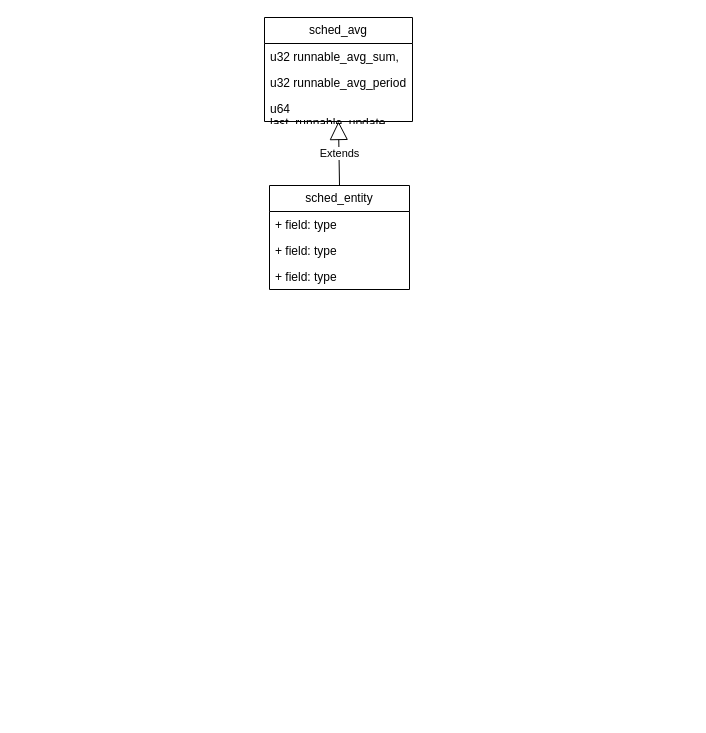
The draw.io diagram pelt.drawio in jasonactions/graph, before the edit. Source tidied: cells renumbered, new cells numbered last; positions are measured from the earlier drawing's top-left corner, leaving out a move shared by most shapes. Both pictures are drawn from the tidied source at 100%, with x=0, y=0 at pixel (264, 17).
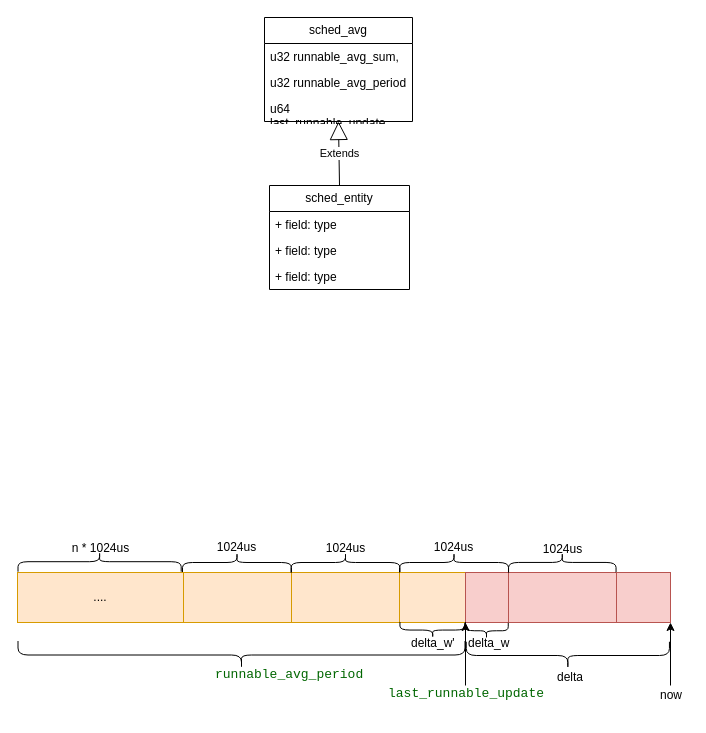
Above is the later version.

What changed in the source:
```diff
@@
+    <mxCell id="11" style="rounded=0;whiteSpace=wrap;html=1;fillColor=#ffe6cc;strokeColor=#d79b00;" parent="1" vertex="1">
+      <mxGeometry x="-81" y="555" width="108" height="50" as="geometry" />
+    </mxCell>
+    <mxCell id="12" style="rounded=0;whiteSpace=wrap;html=1;fillColor=#ffe6cc;strokeColor=#d79b00;" parent="1" vertex="1">
+      <mxGeometry x="27" y="555" width="108" height="50" as="geometry" />
+    </mxCell>
+    <mxCell id="13" style="shape=curlyBracket;whiteSpace=wrap;html=1;rounded=1;flipH=1;labelPosition=right;verticalLabelPosition=middle;align=left;verticalAlign=middle;rotation=-90;" parent="1" vertex="1">
+      <mxGeometry x="-37.5" y="490.5" width="20" height="109" as="geometry" />
+    </mxCell>
+    <mxCell id="14" style="shape=curlyBracket;whiteSpace=wrap;html=1;rounded=1;flipH=1;labelPosition=right;verticalLabelPosition=middle;align=left;verticalAlign=middle;rotation=-90;" parent="1" vertex="1">
+      <mxGeometry x="71" y="490.5" width="20" height="109" as="geometry" />
+    </mxCell>
+    <mxCell id="15" value="1024us" style="text;html=1;align=center;verticalAlign=middle;strokeColor=none;fillColor=none;" parent="1" vertex="1">
+      <mxGeometry x="-57" y="517" width="57" height="26" as="geometry" />
+    </mxCell>
+    <mxCell id="16" value="1024us" style="text;html=1;align=center;verticalAlign=middle;strokeColor=none;fillColor=none;" parent="1" vertex="1">
+      <mxGeometry x="52.5" y="518" width="57" height="26" as="geometry" />
+    </mxCell>
+    <mxCell id="17" style="rounded=0;whiteSpace=wrap;html=1;fillColor=#ffe6cc;strokeColor=#d79b00;" parent="1" vertex="1">
+      <mxGeometry x="135" y="555" width="66" height="50" as="geometry" />
+    </mxCell>
+    <mxCell id="18" style="rounded=0;whiteSpace=wrap;html=1;fillColor=#f8cecc;strokeColor=#b85450;" parent="1" vertex="1">
+      <mxGeometry x="244" y="555" width="108" height="50" as="geometry" />
+    </mxCell>
+    <mxCell id="19" style="rounded=0;whiteSpace=wrap;html=1;fillColor=#f8cecc;strokeColor=#b85450;" parent="1" vertex="1">
+      <mxGeometry x="201" y="555" width="43" height="50" as="geometry" />
+    </mxCell>
+    <mxCell id="20" style="shape=curlyBracket;whiteSpace=wrap;html=1;rounded=1;flipH=1;labelPosition=right;verticalLabelPosition=middle;align=left;verticalAlign=middle;rotation=-90;" parent="1" vertex="1">
+      <mxGeometry x="179.5" y="490.5" width="20" height="109" as="geometry" />
+    </mxCell>
+    <mxCell id="21" value="1024us" style="text;html=1;align=center;verticalAlign=middle;strokeColor=none;fillColor=none;" parent="1" vertex="1">
+      <mxGeometry x="160" y="517" width="57" height="26" as="geometry" />
+    </mxCell>
+    <mxCell id="22" style="shape=curlyBracket;whiteSpace=wrap;html=1;rounded=1;flipH=1;labelPosition=right;verticalLabelPosition=middle;align=left;verticalAlign=middle;rotation=-90;" parent="1" vertex="1">
+      <mxGeometry x="287.8" y="491.2" width="20" height="107.5" as="geometry" />
+    </mxCell>
+    <mxCell id="23" value="1024us" style="text;html=1;align=center;verticalAlign=middle;strokeColor=none;fillColor=none;" parent="1" vertex="1">
+      <mxGeometry x="269" y="519" width="57" height="26" as="geometry" />
+    </mxCell>
+    <mxCell id="24" style="rounded=0;whiteSpace=wrap;html=1;fillColor=#f8cecc;strokeColor=#b85450;" parent="1" vertex="1">
+      <mxGeometry x="352" y="555" width="54" height="50" as="geometry" />
+    </mxCell>
+    <mxCell id="25" style="endArrow=classic;html=1;rounded=0;entryX=1;entryY=1;entryDx=0;entryDy=0;" parent="1" edge="1" target="17">
+      <mxGeometry relative="1" as="geometry">
+        <mxPoint x="201" y="668" as="sourcePoint" />
+      </mxGeometry>
+    </mxCell>
+    <mxCell id="26" value="&lt;pre id=&quot;b&quot; style=&quot;font-size: 13px; font-family: monospace; background: rgb(255, 255, 255); color: rgb(0, 0, 51); white-space: pre-wrap; font-style: normal; font-variant-ligatures: normal; font-variant-caps: normal; font-weight: 400; letter-spacing: normal; orphans: 2; text-align: start; text-indent: 0px; text-transform: none; widows: 2; word-spacing: 0px; -webkit-text-stroke-width: 0px; text-decoration-thickness: initial; text-decoration-style: initial; text-decoration-color: initial;&quot;&gt;&lt;span class=&quot;add&quot; style=&quot;font-size: 13px; font-family: monospace; background: rgb(255, 255, 255); color: rgb(0, 102, 0);&quot;&gt;last_runnable_update&lt;/span&gt;&lt;/pre&gt;" style="text;whiteSpace=wrap;html=1;" parent="1" vertex="1">
+      <mxGeometry x="122" y="649" width="156.7" height="41" as="geometry" />
+    </mxCell>
+    <mxCell id="27" style="endArrow=classic;html=1;rounded=0;entryX=1;entryY=1;entryDx=0;entryDy=0;" parent="1" edge="1">
+      <mxGeometry relative="1" as="geometry">
+        <mxPoint x="406" y="668" as="sourcePoint" />
+        <mxPoint x="406" y="605" as="targetPoint" />
+      </mxGeometry>
+    </mxCell>
+    <mxCell id="28" value="now" style="text;whiteSpace=wrap;html=1;" parent="1" vertex="1">
+      <mxGeometry x="394" y="664" width="30" height="23" as="geometry" />
+    </mxCell>
+    <mxCell id="29" style="shape=curlyBracket;whiteSpace=wrap;html=1;rounded=1;labelPosition=left;verticalLabelPosition=middle;align=right;verticalAlign=middle;rotation=-90;" parent="1" vertex="1">
+      <mxGeometry x="289.6" y="536.4" width="27.5" height="203.2" as="geometry" />
+    </mxCell>
+    <mxCell id="30" value="delta" style="text;whiteSpace=wrap;html=1;" parent="1" vertex="1">
+      <mxGeometry x="291" y="646" width="30" height="23" as="geometry" />
+    </mxCell>
+    <mxCell id="31" style="shape=curlyBracket;whiteSpace=wrap;html=1;rounded=1;labelPosition=left;verticalLabelPosition=middle;align=right;verticalAlign=middle;rotation=-90;" parent="1" vertex="1">
+      <mxGeometry x="-37" y="414" width="28" height="447" as="geometry" />
+    </mxCell>
+    <mxCell id="32" value="&lt;pre style=&quot;font-size: 13px; font-family: monospace; background: rgb(255, 255, 255); color: rgb(0, 0, 51); white-space: pre-wrap; font-style: normal; font-variant-ligatures: normal; font-variant-caps: normal; font-weight: 400; letter-spacing: normal; orphans: 2; text-align: start; text-indent: 0px; text-transform: none; widows: 2; word-spacing: 0px; -webkit-text-stroke-width: 0px; text-decoration-thickness: initial; text-decoration-style: initial; text-decoration-color: initial;&quot; id=&quot;b&quot;&gt;&lt;span style=&quot;font-size: 13px; font-family: monospace; background: rgb(255, 255, 255); color: rgb(0, 102, 0);&quot; class=&quot;add&quot;&gt;runnable_avg_period&lt;/span&gt;&lt;/pre&gt;" style="text;whiteSpace=wrap;html=1;" parent="1" vertex="1">
+      <mxGeometry x="-51.5" y="630" width="161" height="41" as="geometry" />
+    </mxCell>
+    <mxCell id="33" value="...." style="rounded=0;whiteSpace=wrap;html=1;fillColor=#ffe6cc;strokeColor=#d79b00;" parent="1" vertex="1">
+      <mxGeometry x="-247" y="555" width="166" height="50" as="geometry" />
+    </mxCell>
+    <mxCell id="34" style="shape=curlyBracket;whiteSpace=wrap;html=1;rounded=1;labelPosition=left;verticalLabelPosition=middle;align=right;verticalAlign=middle;rotation=-90;" parent="1" vertex="1">
+      <mxGeometry x="160.2" y="579.8" width="16" height="65.5" as="geometry" />
+    </mxCell>
+    <mxCell id="35" value="delta_w'" style="text;whiteSpace=wrap;html=1;" parent="1" vertex="1">
+      <mxGeometry x="145.2" y="612" width="30" height="23" as="geometry" />
+    </mxCell>
+    <mxCell id="36" style="shape=curlyBracket;whiteSpace=wrap;html=1;rounded=1;labelPosition=left;verticalLabelPosition=middle;align=right;verticalAlign=middle;rotation=-90;" parent="1" vertex="1">
+      <mxGeometry x="214" y="591.5" width="16" height="43.5" as="geometry" />
+    </mxCell>
+    <mxCell id="37" value="delta_w" style="text;whiteSpace=wrap;html=1;" parent="1" vertex="1">
+      <mxGeometry x="202" y="612" width="30" height="23" as="geometry" />
+    </mxCell>
+    <mxCell id="38" style="shape=curlyBracket;whiteSpace=wrap;html=1;rounded=1;flipH=1;labelPosition=right;verticalLabelPosition=middle;align=left;verticalAlign=middle;rotation=-90;" parent="1" vertex="1">
+      <mxGeometry x="-174.9" y="462.6" width="20" height="163.2" as="geometry" />
+    </mxCell>
+    <mxCell id="39" value="n * 1024us" style="text;html=1;align=center;verticalAlign=middle;strokeColor=none;fillColor=none;" parent="1" vertex="1">
+      <mxGeometry x="-202" y="518" width="75" height="26" as="geometry" />
+    </mxCell>
```
